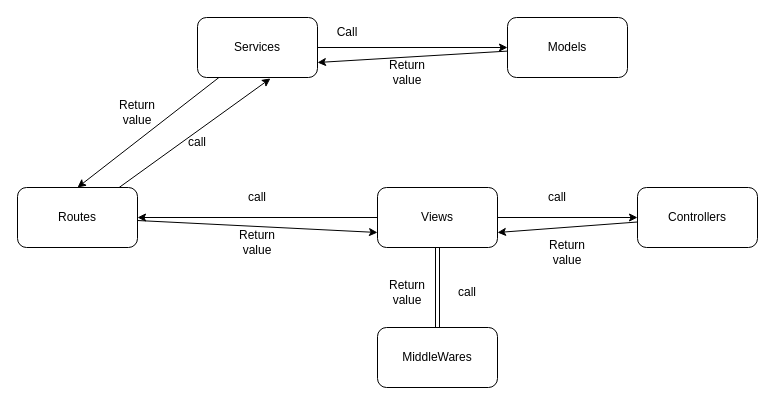
Before: page "Struture" (3 of 3) of UML/sequelize-cli.drawio in pOpPyShield/EcommerceWebFinal, a draw.io diagram. Source tidied: cells renumbered, new cells numbered last; positions are measured from the earlier drawing's top-left corner, leaving out a move shared by most shapes. Both pictures are drawn from the tidied source at 100%, with x=0, y=0 at pixel (17, 17).
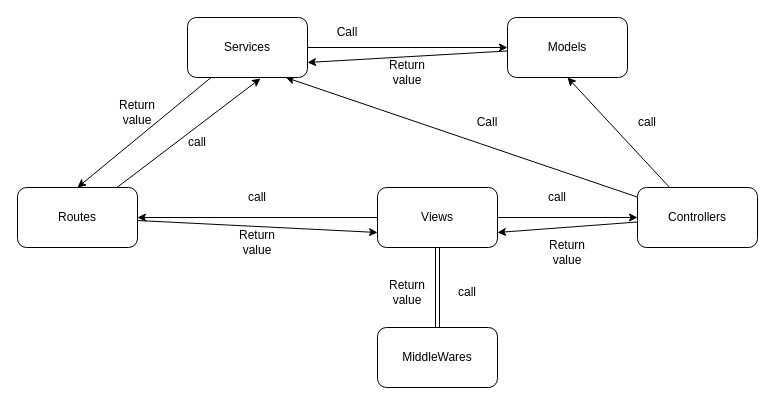
The same page after the edit.

The change refers to these unchanged cells:
```xml
<mxCell id="3" value="Controllers" style="rounded=1;whiteSpace=wrap;html=1;" parent="1" vertex="1">
  <mxGeometry x="620" y="170" width="120" height="60" as="geometry" />
</mxCell>
<mxCell id="8" value="Models" style="rounded=1;whiteSpace=wrap;html=1;" parent="1" vertex="1">
  <mxGeometry x="490" width="120" height="60" as="geometry" />
</mxCell>
```

The edit, as a diff of the source:
```diff
@@
+    <mxCell id="27" style="edgeStyle=none;html=1;entryX=0.819;entryY=1;entryDx=0;entryDy=0;entryPerimeter=0;" parent="1" edge="1" source="3" target="6">
+      <mxGeometry relative="1" as="geometry" />
+    </mxCell>
+    <mxCell id="28" style="edgeStyle=none;html=1;entryX=0.5;entryY=1;entryDx=0;entryDy=0;" parent="1" edge="1" source="3" target="8">
+      <mxGeometry relative="1" as="geometry" />
+    </mxCell>
@@
     <mxCell id="6" value="Services" style="rounded=1;whiteSpace=wrap;html=1;" parent="1" vertex="1">
-      <mxGeometry x="180" width="120" height="60" as="geometry" />
+      <mxGeometry x="170" width="120" height="60" as="geometry" />
     </mxCell>
@@
+    <mxCell id="29" value="Call" style="text;html=1;strokeColor=none;fillColor=none;align=center;verticalAlign=middle;whiteSpace=wrap;rounded=0;" parent="1" vertex="1">
+      <mxGeometry x="440" y="90" width="60" height="30" as="geometry" />
+    </mxCell>
+    <mxCell id="30" value="call" style="text;html=1;strokeColor=none;fillColor=none;align=center;verticalAlign=middle;whiteSpace=wrap;rounded=0;" parent="1" vertex="1">
+      <mxGeometry x="600" y="90" width="60" height="30" as="geometry" />
+    </mxCell>
```
